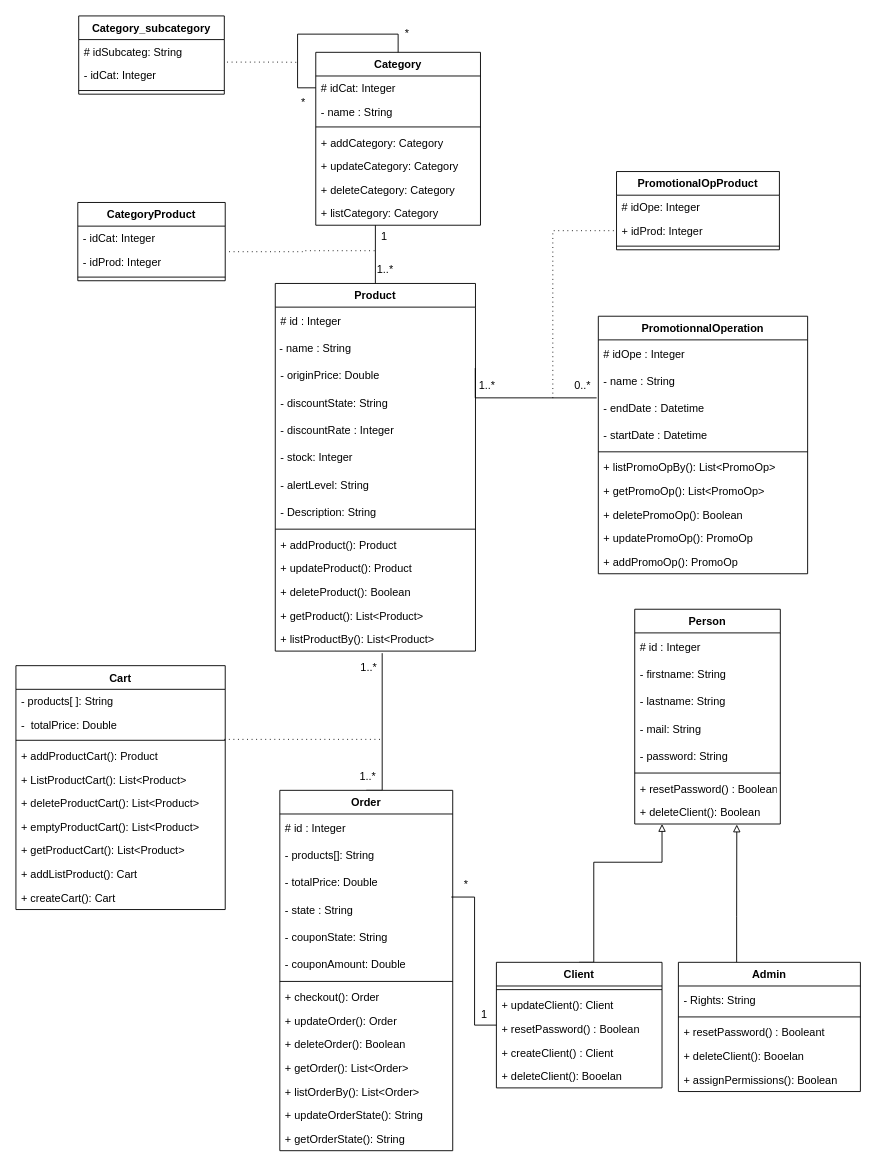
Before: ptut8_DiagrammeDeClasse_V1.0.drawio in zbendd/ptut8, a draw.io diagram. Source tidied: cells renumbered, new cells numbered last; positions are measured from the earlier drawing's top-left corner, leaving out a move shared by most shapes. Both pictures are drawn from the tidied source at 91%, with x=0, y=0 at pixel (15, 15).
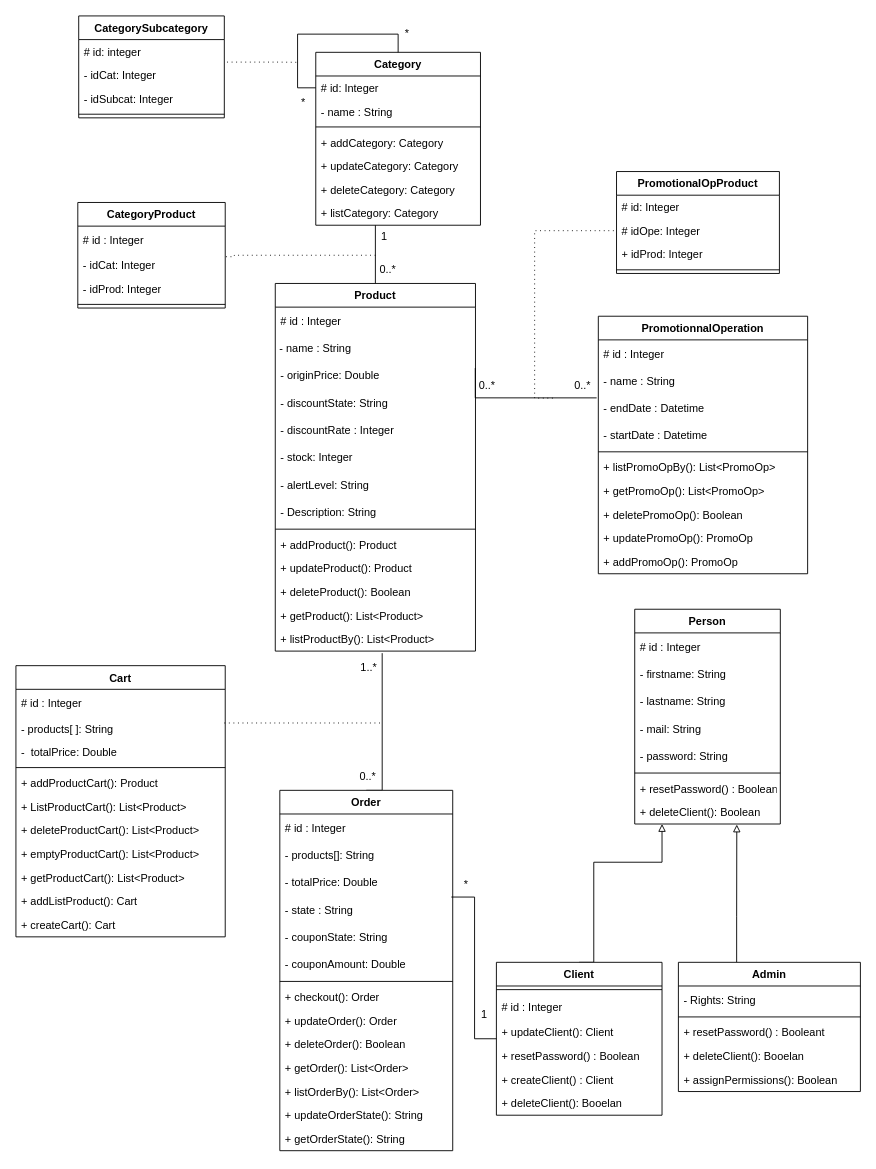
After the change.

The change refers to these unchanged cells:
```xml
<mxCell id="17" value="Category" style="swimlane;fontStyle=1;align=center;verticalAlign=top;horizontal=1;startSize=26;" parent="1" vertex="1">
  <mxGeometry x="329.5" y="40" width="181" height="190" as="geometry" />
</mxCell>
<mxCell id="26" value="PromotionnalOperation" style="swimlane;fontStyle=1;align=center;verticalAlign=top;horizontal=1;startSize=26;" parent="1" vertex="1">
  <mxGeometry x="640" y="330" width="230" height="283" as="geometry" />
</mxCell>
```

Change to the diagram source:
```diff
@@
-    <mxCell id="8" value="1..*" style="text;html=1;strokeColor=none;fillColor=none;align=center;verticalAlign=middle;whiteSpace=wrap;rounded=0;" parent="1" vertex="1">
-      <mxGeometry x="396" y="269" width="20" height="20" as="geometry" />
+    <mxCell id="8" value="0..*" style="text;html=1;strokeColor=none;fillColor=none;align=center;verticalAlign=middle;whiteSpace=wrap;rounded=0;" parent="1" vertex="1">
+      <mxGeometry x="399" y="269" width="20" height="20" as="geometry" />
     </mxCell>
@@
-    <mxCell id="11" value="1..*" style="text;html=1;strokeColor=none;fillColor=none;align=center;verticalAlign=middle;whiteSpace=wrap;rounded=0;" parent="1" vertex="1">
+    <mxCell id="11" value="0..*" style="text;html=1;strokeColor=none;fillColor=none;align=center;verticalAlign=middle;whiteSpace=wrap;rounded=0;" parent="1" vertex="1">
       <mxGeometry x="508" y="396" width="20" height="20" as="geometry" />
     </mxCell>
-    <mxCell id="12" value="1..*" style="text;html=1;strokeColor=none;fillColor=none;align=center;verticalAlign=middle;whiteSpace=wrap;rounded=0;" parent="1" vertex="1">
+    <mxCell id="12" value="0..*" style="text;html=1;strokeColor=none;fillColor=none;align=center;verticalAlign=middle;whiteSpace=wrap;rounded=0;" parent="1" vertex="1">
       <mxGeometry x="376.5" y="821" width="20" height="30" as="geometry" />
     </mxCell>
@@
-    <mxCell id="18" value="# idCat: Integer" style="text;strokeColor=none;fillColor=none;align=left;verticalAlign=top;spacingLeft=4;spacingRight=4;overflow=hidden;points=[[0,0.5],[1,0.5]];portConstraint=eastwest;" parent="17" vertex="1">
+    <mxCell id="18" value="# id: Integer" style="text;strokeColor=none;fillColor=none;align=left;verticalAlign=top;spacingLeft=4;spacingRight=4;overflow=hidden;points=[[0,0.5],[1,0.5]];portConstraint=eastwest;" parent="17" vertex="1">
       <mxGeometry y="26" width="181" height="26" as="geometry" />
     </mxCell>
@@
-    <mxCell id="27" value="# idOpe : Integer" style="text;strokeColor=none;fillColor=none;align=left;verticalAlign=middle;spacingLeft=4;spacingRight=4;overflow=hidden;" parent="26" vertex="1">
+    <mxCell id="27" value="# id : Integer" style="text;strokeColor=none;fillColor=none;align=left;verticalAlign=middle;spacingLeft=4;spacingRight=4;overflow=hidden;" parent="26" vertex="1">
       <mxGeometry y="26" width="230" height="30" as="geometry" />
     </mxCell>
@@
-    <mxCell id="37" value="Category_subcategory" style="swimlane;fontStyle=1;align=center;verticalAlign=top;horizontal=1;startSize=26;" parent="1" vertex="1">
-      <mxGeometry x="69" width="160" height="86" as="geometry" />
+    <mxCell id="37" value="CategorySubcategory" style="swimlane;fontStyle=1;align=center;verticalAlign=top;horizontal=1;startSize=26;" parent="1" vertex="1">
+      <mxGeometry x="69" width="160" height="112" as="geometry" />
     </mxCell>
-    <mxCell id="38" value="# idSubcateg: String" style="text;strokeColor=none;fillColor=none;align=left;verticalAlign=top;spacingLeft=4;spacingRight=4;overflow=hidden;points=[[0,0.5],[1,0.5]];portConstraint=eastwest;" parent="37" vertex="1">
+    <mxCell id="38" value="# id: integer" style="text;strokeColor=none;fillColor=none;align=left;verticalAlign=top;spacingLeft=4;spacingRight=4;overflow=hidden;points=[[0,0.5],[1,0.5]];portConstraint=eastwest;" parent="37" vertex="1">
       <mxGeometry y="26" width="160" height="26" as="geometry" />
     </mxCell>
@@
+    <mxCell id="117" value="- idSubcat: Integer" style="text;strokeColor=none;fillColor=none;align=left;verticalAlign=top;spacingLeft=4;spacingRight=4;overflow=hidden;" parent="37" vertex="1">
+      <mxGeometry y="78" width="160" height="26" as="geometry" />
+    </mxCell>
     <mxCell id="40" style="line;strokeWidth=1;fillColor=none;align=left;verticalAlign=middle;spacingTop=-1;spacingLeft=3;spacingRight=3;labelPosition=right;" parent="37" vertex="1">
-      <mxGeometry y="78" width="160" height="8" as="geometry" />
+      <mxGeometry y="104" width="160" height="8" as="geometry" />
     </mxCell>
@@
     <mxCell id="56" value="CategoryProduct" style="swimlane;fontStyle=1;align=center;verticalAlign=top;horizontal=1;startSize=26;" parent="1" vertex="1">
-      <mxGeometry x="68" y="205" width="162" height="86" as="geometry" />
+      <mxGeometry x="68" y="205" width="162" height="116" as="geometry" />
     </mxCell>
+    <mxCell id="118" value="# id : Integer" style="text;strokeColor=none;fillColor=none;align=left;verticalAlign=middle;spacingLeft=4;spacingRight=4;overflow=hidden;" parent="56" vertex="1">
+      <mxGeometry y="26" width="162" height="30" as="geometry" />
+    </mxCell>
     <mxCell id="57" value="- idCat: Integer" style="text;strokeColor=none;fillColor=none;align=left;verticalAlign=top;spacingLeft=4;spacingRight=4;overflow=hidden;" parent="56" vertex="1">
-      <mxGeometry y="26" width="162" height="26" as="geometry" />
+      <mxGeometry y="56" width="162" height="26" as="geometry" />
     </mxCell>
     <mxCell id="58" value="- idProd: Integer" style="text;strokeColor=none;fillColor=none;align=left;verticalAlign=top;spacingLeft=4;spacingRight=4;overflow=hidden;points=[[0,0.5],[1,0.5]];portConstraint=eastwest;" parent="56" vertex="1">
-      <mxGeometry y="52" width="162" height="26" as="geometry" />
+      <mxGeometry y="82" width="162" height="26" as="geometry" />
     </mxCell>
     <mxCell id="59" style="line;strokeWidth=1;fillColor=none;align=left;verticalAlign=middle;spacingTop=-1;spacingLeft=3;spacingRight=3;labelPosition=right;" parent="56" vertex="1">
-      <mxGeometry y="78" width="162" height="8" as="geometry" />
+      <mxGeometry y="108" width="162" height="8" as="geometry" />
     </mxCell>
     <mxCell id="60" value="Cart" style="swimlane;fontStyle=1;align=center;verticalAlign=top;horizontal=1;startSize=26;" parent="1" vertex="1">
-      <mxGeometry y="714" width="230" height="268" as="geometry" />
+      <mxGeometry y="714" width="230" height="298" as="geometry" />
     </mxCell>
+    <mxCell id="119" value="# id : Integer" style="text;strokeColor=none;fillColor=none;align=left;verticalAlign=middle;spacingLeft=4;spacingRight=4;overflow=hidden;" parent="60" vertex="1">
+      <mxGeometry y="26" width="230" height="30" as="geometry" />
+    </mxCell>
     <mxCell id="61" value="- products[ ]: String" style="text;strokeColor=none;fillColor=none;align=left;verticalAlign=top;spacingLeft=4;spacingRight=4;overflow=hidden;" parent="60" vertex="1">
-      <mxGeometry y="26" width="230" height="26" as="geometry" />
+      <mxGeometry y="56" width="230" height="26" as="geometry" />
     </mxCell>
     <mxCell id="62" value="-  totalPrice: Double" style="text;strokeColor=none;fillColor=none;align=left;verticalAlign=top;spacingLeft=4;spacingRight=4;overflow=hidden;" parent="60" vertex="1">
-      <mxGeometry y="52" width="230" height="26" as="geometry" />
+      <mxGeometry y="82" width="230" height="26" as="geometry" />
     </mxCell>
     <mxCell id="63" style="line;strokeWidth=1;fillColor=none;align=left;verticalAlign=middle;spacingTop=-1;spacingLeft=3;spacingRight=3;labelPosition=right;" parent="60" vertex="1">
-      <mxGeometry y="78" width="230" height="8" as="geometry" />
+      <mxGeometry y="108" width="230" height="8" as="geometry" />
     </mxCell>
     <mxCell id="64" value="+ addProductCart(): Product" style="text;strokeColor=none;fillColor=none;align=left;verticalAlign=top;spacingLeft=4;spacingRight=4;overflow=hidden;" parent="60" vertex="1">
-      <mxGeometry y="86" width="230" height="26" as="geometry" />
+      <mxGeometry y="116" width="230" height="26" as="geometry" />
     </mxCell>
     <mxCell id="65" value="+ ListProductCart(): List&lt;Product&gt;" style="text;strokeColor=none;fillColor=none;align=left;verticalAlign=top;spacingLeft=4;spacingRight=4;overflow=hidden;" parent="60" vertex="1">
-      <mxGeometry y="112" width="230" height="26" as="geometry" />
+      <mxGeometry y="142" width="230" height="26" as="geometry" />
     </mxCell>
     <mxCell id="66" value="+ deleteProductCart(): List&lt;Product&gt;" style="text;strokeColor=none;fillColor=none;align=left;verticalAlign=top;spacingLeft=4;spacingRight=4;overflow=hidden;" parent="60" vertex="1">
-      <mxGeometry y="138" width="230" height="26" as="geometry" />
+      <mxGeometry y="168" width="230" height="26" as="geometry" />
     </mxCell>
     <mxCell id="67" value="+ emptyProductCart(): List&lt;Product&gt;" style="text;strokeColor=none;fillColor=none;align=left;verticalAlign=top;spacingLeft=4;spacingRight=4;overflow=hidden;" parent="60" vertex="1">
-      <mxGeometry y="164" width="230" height="26" as="geometry" />
+      <mxGeometry y="194" width="230" height="26" as="geometry" />
     </mxCell>
     <mxCell id="68" value="+ getProductCart(): List&lt;Product&gt;" style="text;strokeColor=none;fillColor=none;align=left;verticalAlign=top;spacingLeft=4;spacingRight=4;overflow=hidden;" parent="60" vertex="1">
-      <mxGeometry y="190" width="230" height="26" as="geometry" />
+      <mxGeometry y="220" width="230" height="26" as="geometry" />
     </mxCell>
     <mxCell id="69" value="+ addListProduct(): Cart" style="text;strokeColor=none;fillColor=none;align=left;verticalAlign=top;spacingLeft=4;spacingRight=4;overflow=hidden;" parent="60" vertex="1">
-      <mxGeometry y="216" width="230" height="26" as="geometry" />
+      <mxGeometry y="246" width="230" height="26" as="geometry" />
     </mxCell>
     <mxCell id="70" value="+ createCart(): Cart" style="text;strokeColor=none;fillColor=none;align=left;verticalAlign=top;spacingLeft=4;spacingRight=4;overflow=hidden;" parent="60" vertex="1">
-      <mxGeometry y="242" width="230" height="26" as="geometry" />
+      <mxGeometry y="272" width="230" height="26" as="geometry" />
     </mxCell>
@@
     <mxCell id="86" value="Client" style="swimlane;fontStyle=1;align=center;verticalAlign=top;horizontal=1;startSize=26;" parent="1" vertex="1">
-      <mxGeometry x="528" y="1040" width="182" height="138" as="geometry" />
+      <mxGeometry x="528" y="1040" width="182" height="168" as="geometry" />
     </mxCell>
@@
+    <mxCell id="120" value="# id : Integer" style="text;strokeColor=none;fillColor=none;align=left;verticalAlign=middle;spacingLeft=4;spacingRight=4;overflow=hidden;" parent="86" vertex="1">
+      <mxGeometry y="34" width="182" height="30" as="geometry" />
+    </mxCell>
     <mxCell id="88" value="+ updateClient(): Client" style="text;strokeColor=none;fillColor=none;align=left;verticalAlign=top;spacingLeft=4;spacingRight=4;overflow=hidden;" parent="86" vertex="1">
-      <mxGeometry y="34" width="182" height="26" as="geometry" />
+      <mxGeometry y="64" width="182" height="26" as="geometry" />
     </mxCell>
     <mxCell id="89" value="+ resetPassword() : Boolean" style="text;strokeColor=none;fillColor=none;align=left;verticalAlign=top;spacingLeft=4;spacingRight=4;overflow=hidden;" parent="86" vertex="1">
-      <mxGeometry y="60" width="182" height="26" as="geometry" />
+      <mxGeometry y="90" width="182" height="26" as="geometry" />
     </mxCell>
     <mxCell id="90" value="+ createClient() : Client" style="text;strokeColor=none;fillColor=none;align=left;verticalAlign=top;spacingLeft=4;spacingRight=4;overflow=hidden;" parent="86" vertex="1">
-      <mxGeometry y="86" width="182" height="26" as="geometry" />
+      <mxGeometry y="116" width="182" height="26" as="geometry" />
     </mxCell>
     <mxCell id="91" value="+ deleteClient(): Booelan" style="text;strokeColor=none;fillColor=none;align=left;verticalAlign=top;spacingLeft=4;spacingRight=4;overflow=hidden;" parent="86" vertex="1">
-      <mxGeometry y="112" width="182" height="26" as="geometry" />
+      <mxGeometry y="142" width="182" height="26" as="geometry" />
     </mxCell>
@@
     <mxCell id="109" value="PromotionalOpProduct" style="swimlane;fontStyle=1;align=center;verticalAlign=top;horizontal=1;startSize=26;" parent="1" vertex="1">
-      <mxGeometry x="660" y="171" width="179" height="86" as="geometry" />
+      <mxGeometry x="660" y="171" width="179" height="112" as="geometry" />
     </mxCell>
+    <mxCell id="121" value="# id: Integer" style="text;strokeColor=none;fillColor=none;align=left;verticalAlign=top;spacingLeft=4;spacingRight=4;overflow=hidden;" parent="109" vertex="1">
+      <mxGeometry y="26" width="179" height="26" as="geometry" />
+    </mxCell>
     <mxCell id="110" value="# idOpe: Integer" style="text;strokeColor=none;fillColor=none;align=left;verticalAlign=top;spacingLeft=4;spacingRight=4;overflow=hidden;points=[[0,0.5],[1,0.5]];portConstraint=eastwest;" parent="109" vertex="1">
-      <mxGeometry y="26" width="179" height="26" as="geometry" />
+      <mxGeometry y="52" width="179" height="26" as="geometry" />
     </mxCell>
     <mxCell id="111" value="+ idProd: Integer" style="text;strokeColor=none;fillColor=none;align=left;verticalAlign=top;spacingLeft=4;spacingRight=4;overflow=hidden;points=[[0,0.5],[1,0.5]];portConstraint=eastwest;" parent="109" vertex="1">
-      <mxGeometry y="52" width="179" height="26" as="geometry" />
+      <mxGeometry y="78" width="179" height="26" as="geometry" />
     </mxCell>
     <mxCell id="112" style="line;strokeWidth=1;fillColor=none;align=left;verticalAlign=middle;spacingTop=-1;spacingLeft=3;spacingRight=3;labelPosition=right;" parent="109" vertex="1">
-      <mxGeometry y="78" width="179" height="8" as="geometry" />
+      <mxGeometry y="104" width="179" height="8" as="geometry" />
     </mxCell>
-    <mxCell id="113" style="edgeStyle=elbowEdgeStyle;fontSize=12;html=1;endFill=0;startFill=0;endSize=6;startSize=6;dashed=1;dashPattern=1 4;endArrow=none;startArrow=none;rounded=0;exitX=1.026;exitY=0.081;exitDx=0;exitDy=0;exitPerimeter=0;" parent="1" edge="1" source="58">
+    <mxCell id="113" style="edgeStyle=elbowEdgeStyle;fontSize=12;html=1;endFill=0;startFill=0;endSize=6;startSize=6;dashed=1;dashPattern=1 4;endArrow=none;startArrow=none;rounded=0;exitX=1.005;exitY=-0.054;exitDx=0;exitDy=0;exitPerimeter=0;" parent="1" edge="1">
       <mxGeometry relative="1" as="geometry">
-        <mxPoint x="395.5" y="258" as="targetPoint" />
+        <mxPoint x="230.8" y="264.6" as="sourcePoint" />
+        <mxPoint x="395.5" y="263" as="targetPoint" />
+        <Array as="points">
+          <mxPoint x="240" y="263" />
+          <mxPoint x="260" y="263" />
+        </Array>
       </mxGeometry>
     </mxCell>
-    <mxCell id="114" style="edgeStyle=elbowEdgeStyle;fontSize=12;html=1;endFill=0;startFill=0;endSize=6;startSize=6;dashed=1;dashPattern=1 4;endArrow=none;startArrow=none;rounded=0;entryX=0;entryY=0.5;entryDx=0;entryDy=0;" parent="1" edge="1" target="111">
+    <mxCell id="114" style="edgeStyle=elbowEdgeStyle;fontSize=12;html=1;endFill=0;startFill=0;endSize=6;startSize=6;dashed=1;dashPattern=1 4;endArrow=none;startArrow=none;rounded=0;entryX=0;entryY=0.5;entryDx=0;entryDy=0;" parent="1" edge="1" target="110">
       <mxGeometry relative="1" as="geometry">
         <mxPoint x="590" y="420" as="sourcePoint" />
         <Array as="points">
+          <mxPoint x="570" y="330" />
           <mxPoint x="590" y="320" />
         </Array>
       </mxGeometry>
     </mxCell>
     <mxCell id="115" style="edgeStyle=elbowEdgeStyle;fontSize=12;html=1;endFill=0;startFill=0;endSize=6;startSize=6;dashed=1;dashPattern=1 4;endArrow=none;startArrow=none;rounded=0;" parent="1" edge="1">
       <mxGeometry relative="1" as="geometry">
-        <mxPoint x="229" y="795" as="sourcePoint" />
-        <mxPoint x="400" y="795" as="targetPoint" />
+        <mxPoint x="229" y="777" as="sourcePoint" />
+        <mxPoint x="400" y="777" as="targetPoint" />
       </mxGeometry>
     </mxCell>
```
